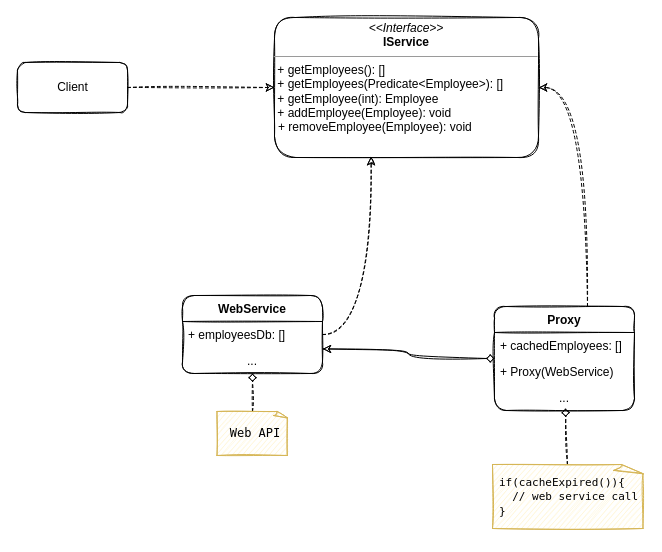
This is page "proxy" (10 of 10) of src/ro/developmentfactory/uml.drawio from development-factory/design-patterns-examples, a draw.io file, before an edit. Source tidied: cells renumbered, new cells numbered last; positions are measured from the earlier drawing's top-left corner, leaving out a move shared by most shapes. Both pictures are drawn from the tidied source at 100%, with x=0, y=0 at pixel (17, 17).
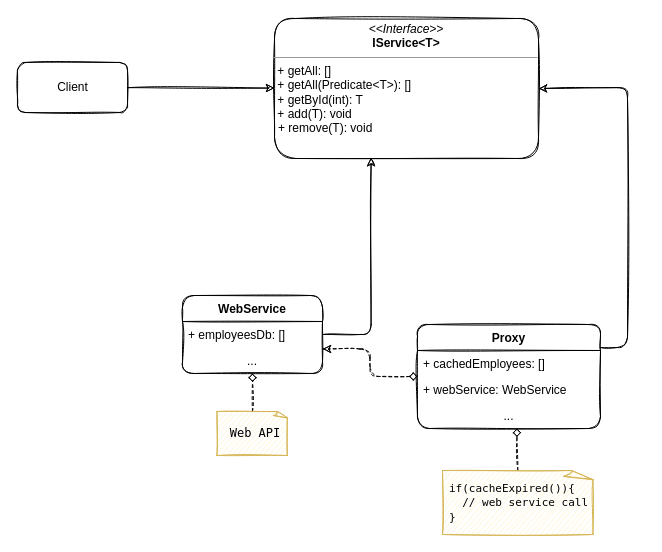
After the change.

Diff of the diagram source:
```diff
@@
-    <mxCell id="2" value="&lt;p style=&quot;margin: 0px ; margin-top: 4px ; text-align: center&quot;&gt;&lt;i&gt;&amp;lt;&amp;lt;Interface&amp;gt;&amp;gt;&lt;/i&gt;&lt;br&gt;&lt;b&gt;IService&lt;/b&gt;&lt;/p&gt;&lt;hr size=&quot;1&quot;&gt;&lt;span&gt;&amp;nbsp;+ getEmployees(): []&lt;/span&gt;&lt;br&gt;&lt;span&gt;&amp;nbsp;+ getEmployees(Predicate&amp;lt;Employee&amp;gt;): []&lt;/span&gt;&lt;br&gt;&lt;span&gt;&amp;nbsp;+ getEmployee(int): Employee&lt;/span&gt;&lt;br&gt;&lt;span&gt;&amp;nbsp;+ addEmployee(Employee): void&lt;/span&gt;&lt;br&gt;&lt;p style=&quot;margin: 0px ; margin-left: 4px&quot;&gt;+ removeEmployee(Employee): void&lt;/p&gt;" style="verticalAlign=top;align=left;overflow=fill;fontSize=12;fontFamily=Helvetica;html=1;rounded=1;sketch=1;" parent="1" vertex="1">
-      <mxGeometry x="257" width="264" height="140" as="geometry" />
+    <mxCell id="2" value="&lt;p style=&quot;margin: 0px ; margin-top: 4px ; text-align: center&quot;&gt;&lt;i&gt;&amp;lt;&amp;lt;Interface&amp;gt;&amp;gt;&lt;/i&gt;&lt;br&gt;&lt;b&gt;IService&amp;lt;T&amp;gt;&lt;/b&gt;&lt;/p&gt;&lt;hr size=&quot;1&quot;&gt;&lt;span&gt;&amp;nbsp;+ getAll: []&lt;/span&gt;&lt;br&gt;&lt;span&gt;&amp;nbsp;+ getAll(Predicate&amp;lt;T&amp;gt;): []&lt;/span&gt;&lt;br&gt;&lt;span&gt;&amp;nbsp;+ getById(int): T&lt;/span&gt;&lt;br&gt;&lt;span&gt;&amp;nbsp;+ add(T): void&lt;/span&gt;&lt;br&gt;&lt;p style=&quot;margin: 0px ; margin-left: 4px&quot;&gt;+ remove(T): void&lt;/p&gt;" style="verticalAlign=top;align=left;overflow=fill;fontSize=12;fontFamily=Helvetica;html=1;sketch=1;rounded=1;" parent="1" vertex="1">
+      <mxGeometry x="257" y="1" width="264" height="140" as="geometry" />
     </mxCell>
-    <mxCell id="3" style="edgeStyle=orthogonalEdgeStyle;jettySize=auto;html=1;curved=1;sketch=1;entryX=1;entryY=0.5;entryDx=0;entryDy=0;dashed=1;" parent="1" edge="1" source="5" target="2">
+    <mxCell id="3" style="edgeStyle=orthogonalEdgeStyle;jettySize=auto;html=1;entryX=1;entryY=0.5;entryDx=0;entryDy=0;sketch=1;" parent="1" edge="1" source="5" target="2">
       <mxGeometry relative="1" as="geometry">
         <Array as="points">
-          <mxPoint x="570" y="70" />
+          <mxPoint x="610" y="330" />
+          <mxPoint x="610" y="70" />
         </Array>
       </mxGeometry>
     </mxCell>
-    <mxCell id="4" style="edgeStyle=orthogonalEdgeStyle;jettySize=auto;html=1;entryX=1;entryY=0.056;entryDx=0;entryDy=0;entryPerimeter=0;curved=1;sketch=1;startArrow=diamond;startFill=0;" parent="1" edge="1" source="5" target="12">
+    <mxCell id="4" style="edgeStyle=orthogonalEdgeStyle;jettySize=auto;html=1;entryX=1;entryY=0.056;entryDx=0;entryDy=0;entryPerimeter=0;startArrow=diamond;startFill=0;dashed=1;sketch=1;" parent="1" edge="1" source="5" target="12">
       <mxGeometry relative="1" as="geometry" />
     </mxCell>
-    <mxCell id="5" value="Proxy" style="swimlane;fontStyle=1;horizontal=1;startSize=26;fillColor=none;rounded=1;sketch=1;" parent="1" vertex="1">
-      <mxGeometry x="477" y="289" width="140" height="104" as="geometry" />
+    <mxCell id="5" value="Proxy" style="swimlane;fontStyle=1;horizontal=1;startSize=26;fillColor=none;sketch=1;rounded=1;" parent="1" vertex="1">
+      <mxGeometry x="400" y="307" width="183" height="104" as="geometry" />
     </mxCell>
-    <mxCell id="6" value="+ cachedEmployees: []" style="text;strokeColor=none;fillColor=none;align=left;verticalAlign=top;spacingLeft=4;spacingRight=4;overflow=hidden;sketch=1;" parent="5" vertex="1">
-      <mxGeometry y="26" width="140" height="26" as="geometry" />
+    <mxCell id="6" value="+ cachedEmployees: []" style="text;strokeColor=none;fillColor=none;align=left;verticalAlign=top;spacingLeft=4;spacingRight=4;overflow=hidden;sketch=1;rounded=1;" parent="5" vertex="1">
+      <mxGeometry y="26" width="183" height="26" as="geometry" />
     </mxCell>
-    <mxCell id="7" value="+ Proxy(WebService)" style="text;strokeColor=none;fillColor=none;align=left;verticalAlign=top;spacingLeft=4;spacingRight=4;overflow=hidden;rounded=1;sketch=1;" parent="5" vertex="1">
-      <mxGeometry y="52" width="140" height="26" as="geometry" />
-    </mxCell>
+    <mxCell id="19" value="+ webService: WebService" style="text;strokeColor=none;fillColor=none;align=left;verticalAlign=top;spacingLeft=4;spacingRight=4;overflow=hidden;sketch=1;rounded=1;" parent="5" vertex="1">
+      <mxGeometry y="52" width="183" height="26" as="geometry" />
+    </mxCell>
-    <mxCell id="8" value="..." style="text;strokeColor=none;fillColor=none;align=center;verticalAlign=top;spacingLeft=4;spacingRight=4;overflow=hidden;points=[[0,0.5],[1,0.5]];portConstraint=eastwest;rounded=1;sketch=1;" parent="5" vertex="1">
-      <mxGeometry y="78" width="140" height="26" as="geometry" />
+    <mxCell id="8" value="..." style="text;strokeColor=none;fillColor=none;align=center;verticalAlign=top;spacingLeft=4;spacingRight=4;overflow=hidden;points=[[0,0.5],[1,0.5]];portConstraint=eastwest;sketch=1;rounded=1;" parent="5" vertex="1">
+      <mxGeometry y="78" width="183" height="26" as="geometry" />
     </mxCell>
-    <mxCell id="9" style="edgeStyle=orthogonalEdgeStyle;jettySize=auto;html=1;curved=1;entryX=0.366;entryY=0.994;entryDx=0;entryDy=0;exitX=1;exitY=0.5;exitDx=0;exitDy=0;entryPerimeter=0;sketch=1;dashed=1;" parent="1" edge="1" source="11" target="2">
+    <mxCell id="9" style="edgeStyle=orthogonalEdgeStyle;jettySize=auto;html=1;entryX=0.366;entryY=0.994;entryDx=0;entryDy=0;exitX=1;exitY=0.5;exitDx=0;exitDy=0;entryPerimeter=0;sketch=1;" parent="1" edge="1" source="11" target="2">
       <mxGeometry relative="1" as="geometry" />
     </mxCell>
-    <mxCell id="10" value="WebService" style="swimlane;fontStyle=1;horizontal=1;startSize=26;fillColor=none;rounded=1;sketch=1;" parent="1" vertex="1">
+    <mxCell id="10" value="WebService" style="swimlane;fontStyle=1;horizontal=1;startSize=26;fillColor=none;sketch=1;rounded=1;" parent="1" vertex="1">
       <mxGeometry x="165" y="278" width="140" height="78" as="geometry" />
     </mxCell>
-    <mxCell id="11" value="+ employeesDb: []" style="text;strokeColor=none;fillColor=none;align=left;verticalAlign=top;spacingLeft=4;spacingRight=4;overflow=hidden;points=[[0,0.5],[1,0.5]];portConstraint=eastwest;sketch=1;" parent="10" vertex="1">
+    <mxCell id="11" value="+ employeesDb: []" style="text;strokeColor=none;fillColor=none;align=left;verticalAlign=top;spacingLeft=4;spacingRight=4;overflow=hidden;points=[[0,0.5],[1,0.5]];portConstraint=eastwest;sketch=1;rounded=1;" parent="10" vertex="1">
       <mxGeometry y="26" width="140" height="26" as="geometry" />
     </mxCell>
-    <mxCell id="12" value="..." style="text;strokeColor=none;fillColor=none;align=center;verticalAlign=top;spacingLeft=4;spacingRight=4;overflow=hidden;points=[[0,0.5],[1,0.5]];portConstraint=eastwest;rounded=1;sketch=1;" parent="10" vertex="1">
+    <mxCell id="12" value="..." style="text;strokeColor=none;fillColor=none;align=center;verticalAlign=top;spacingLeft=4;spacingRight=4;overflow=hidden;points=[[0,0.5],[1,0.5]];portConstraint=eastwest;sketch=1;rounded=1;" parent="10" vertex="1">
       <mxGeometry y="52" width="140" height="26" as="geometry" />
     </mxCell>
-    <mxCell id="13" style="edgeStyle=none;rounded=1;sketch=1;jettySize=auto;html=1;dashed=1;fontFamily=Lucida Console;endArrow=classic;endFill=1;strokeColor=#000000;verticalAlign=middle;" parent="1" edge="1" source="14" target="2">
+    <mxCell id="13" style="edgeStyle=none;jettySize=auto;html=1;fontFamily=Lucida Console;endArrow=classic;endFill=1;strokeColor=#000000;verticalAlign=middle;sketch=1;" parent="1" edge="1" source="14" target="2">
       <mxGeometry relative="1" as="geometry" />
     </mxCell>
-    <mxCell id="14" value="Client" style="html=1;rounded=1;sketch=1;" parent="1" vertex="1">
+    <mxCell id="14" value="Client" style="html=1;sketch=1;rounded=1;" parent="1" vertex="1">
       <mxGeometry y="45" width="110" height="50" as="geometry" />
     </mxCell>
-    <mxCell id="15" style="edgeStyle=none;rounded=1;sketch=1;jettySize=auto;html=1;dashed=1;fontFamily=Lucida Console;endArrow=diamond;endFill=0;strokeColor=#000000;verticalAlign=middle;" parent="1" edge="1" source="16">
-      <mxGeometry relative="1" as="geometry">
-        <mxPoint x="548" y="391" as="targetPoint" />
-      </mxGeometry>
+    <mxCell id="15" style="edgeStyle=none;jettySize=auto;html=1;dashed=1;fontFamily=Lucida Console;endArrow=diamond;endFill=0;strokeColor=#000000;verticalAlign=middle;entryX=0.543;entryY=1;entryDx=0;entryDy=0;entryPerimeter=0;sketch=1;" parent="1" edge="1" source="16" target="8">
+      <mxGeometry relative="1" as="geometry" />
     </mxCell>
-    <mxCell id="16" value="&lt;font style=&quot;font-size: 11px&quot;&gt;if(cacheExpired()){&lt;br&gt;&amp;nbsp; // web service call&lt;br&gt;}&lt;/font&gt;" style="whiteSpace=wrap;html=1;shape=mxgraph.basic.document;rounded=1;align=left;spacingLeft=5;sketch=1;fontFamily=Lucida Console;fillColor=#fff2cc;strokeColor=#d6b656;" parent="1" vertex="1">
-      <mxGeometry x="475" y="447" width="152" height="64" as="geometry" />
+    <mxCell id="16" value="&lt;font style=&quot;font-size: 11px&quot;&gt;if(cacheExpired()){&lt;br&gt;&amp;nbsp; // web service call&lt;br&gt;}&lt;/font&gt;" style="whiteSpace=wrap;html=1;shape=mxgraph.basic.document;align=left;spacingLeft=5;fontFamily=Lucida Console;fillColor=#fff2cc;strokeColor=#d6b656;sketch=1;rounded=1;" parent="1" vertex="1">
+      <mxGeometry x="425" y="453" width="152" height="64" as="geometry" />
     </mxCell>
-    <mxCell id="17" style="rounded=1;jettySize=auto;html=1;dashed=1;strokeColor=#000000;verticalAlign=middle;endArrow=diamond;endFill=0;sketch=1;" parent="1" edge="1" source="18" target="12">
+    <mxCell id="17" style="jettySize=auto;html=1;dashed=1;strokeColor=#000000;verticalAlign=middle;endArrow=diamond;endFill=0;sketch=1;" parent="1" edge="1" source="18" target="12">
       <mxGeometry relative="1" as="geometry" />
     </mxCell>
-    <mxCell id="18" value="Web API" style="whiteSpace=wrap;html=1;shape=mxgraph.basic.document;rounded=1;align=center;spacingLeft=5;sketch=1;fontFamily=Lucida Console;fillColor=#fff2cc;strokeColor=#d6b656;" parent="1" vertex="1">
+    <mxCell id="18" value="Web API" style="whiteSpace=wrap;html=1;shape=mxgraph.basic.document;align=center;spacingLeft=5;fontFamily=Lucida Console;fillColor=#fff2cc;strokeColor=#d6b656;sketch=1;rounded=1;" parent="1" vertex="1">
       <mxGeometry x="199.5" y="394" width="71" height="44" as="geometry" />
     </mxCell>
```
